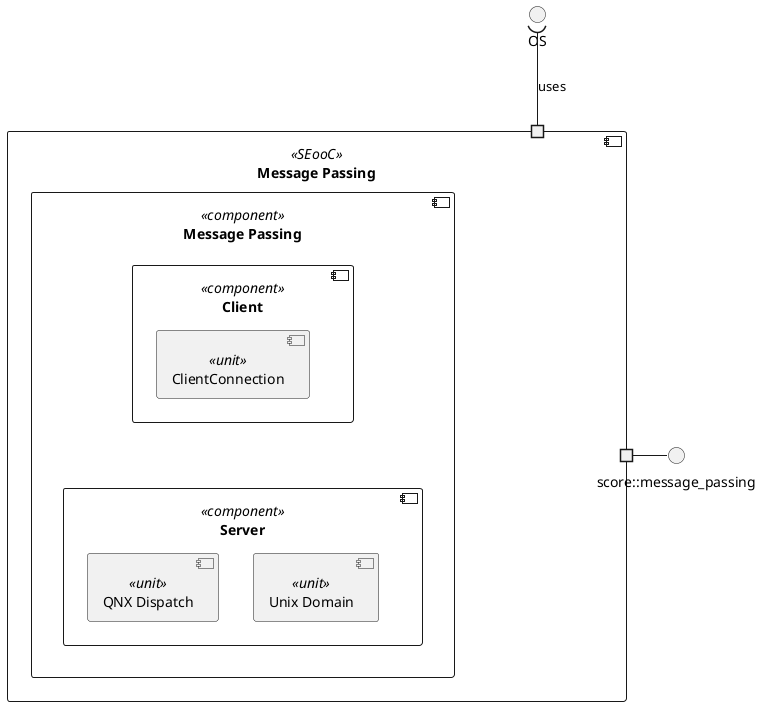
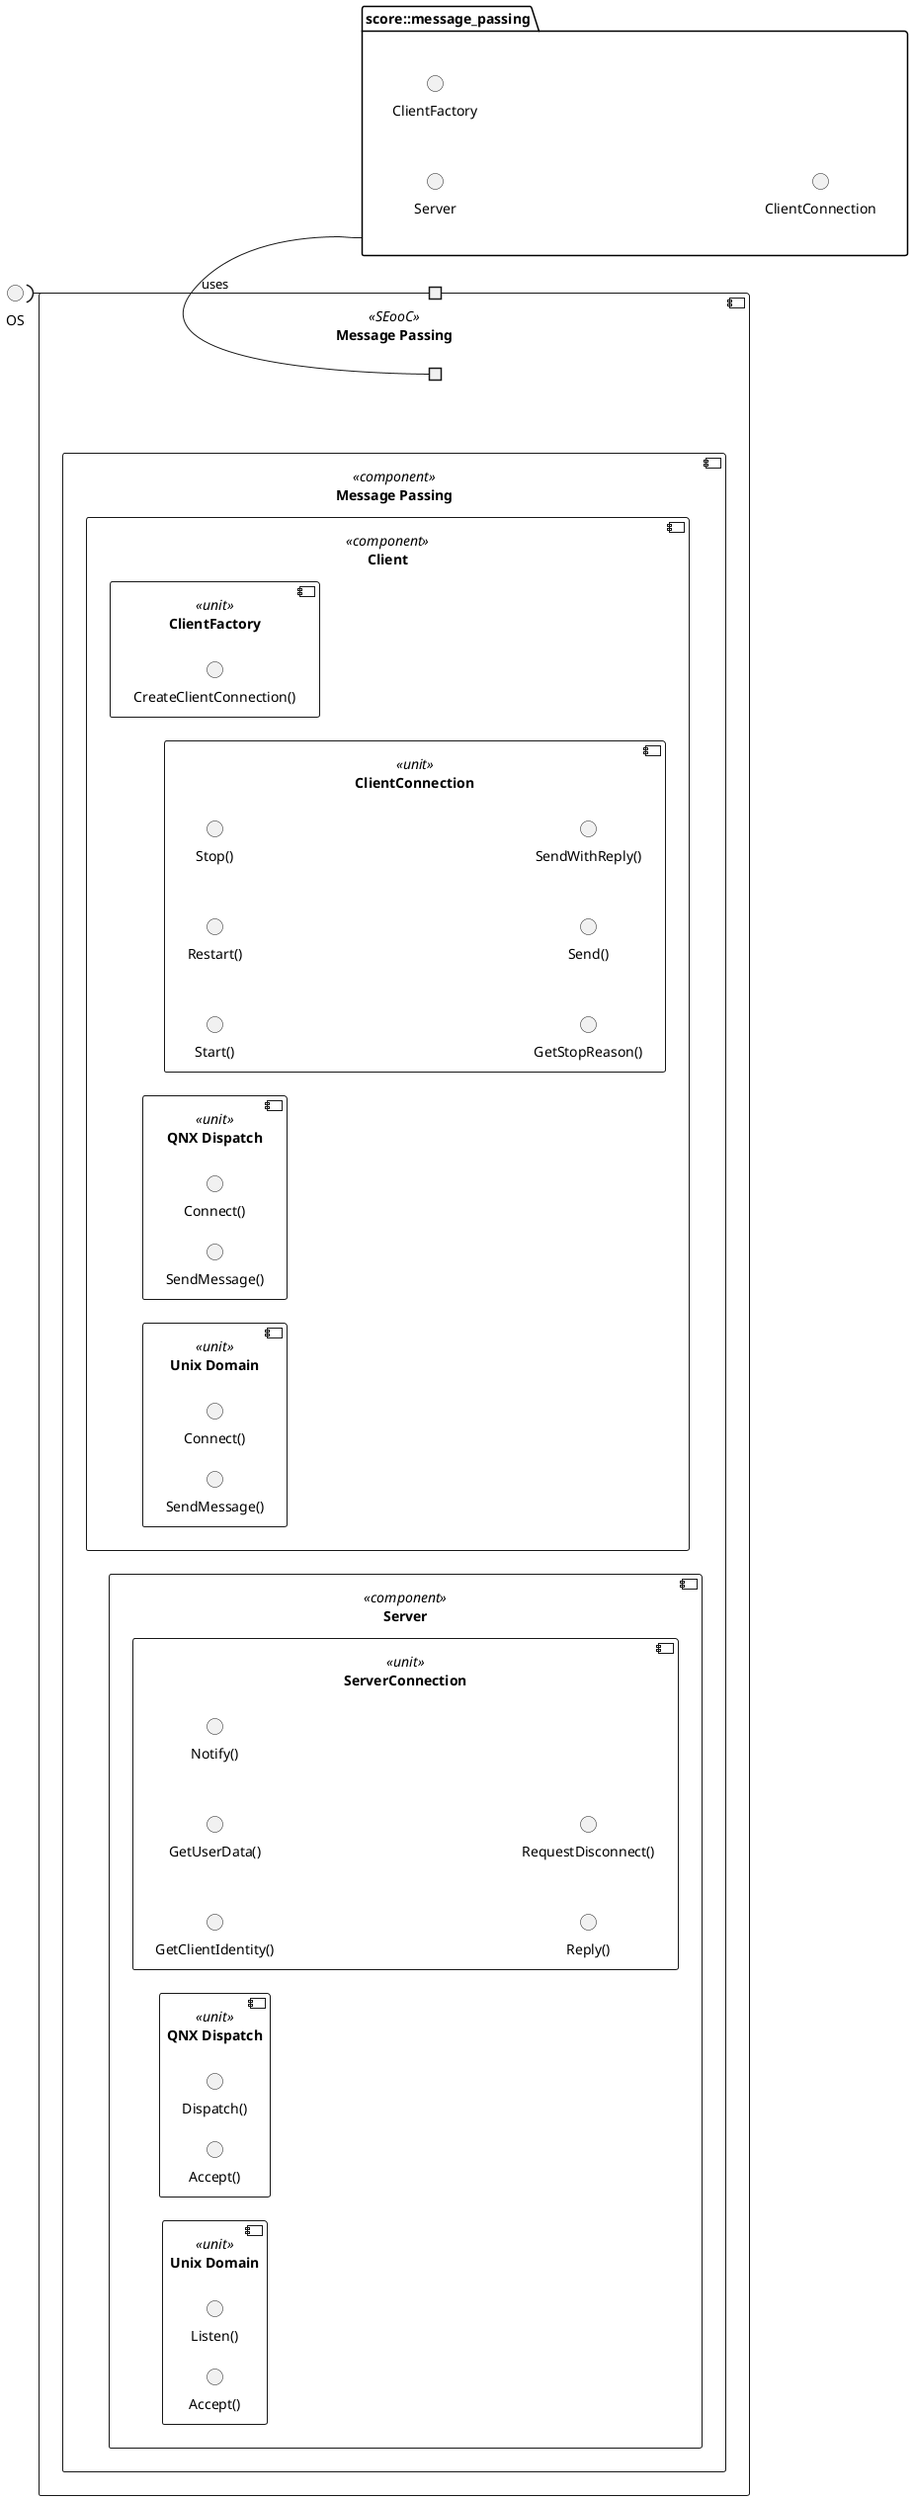
' *******************************************************************************
' Copyright (c) 2026 Contributors to the Eclipse Foundation
'
' See the NOTICE file(s) distributed with this work for additional
' information regarding copyright ownership.
'
' This program and the accompanying materials are made available under the
' terms of the Apache License Version 2.0 which is available at
' https://www.apache.org/licenses/LICENSE-2.0
'
' SPDX-License-Identifier: Apache-2.0
' *******************************************************************************

@startuml

- interface "score::message_passing" as message_passing_public_api
+ left to right direction
+ 
+ package "score::message_passing" as message_passing_public_api {
+     interface "Server" as api_server
+     interface "ClientFactory" as api_client_factory
+     interface "ClientConnection" as api_client_connection
+ }
+ 
interface "OS" as os

component "Message Passing" as dependable_element_message_passing <<SEooC>> {

    component "Message Passing" as component_message_passing <<component>> {

        component "Client" as client <<component>> {
+             component "ClientFactory" as client_factory <<unit>> {
+                 interface "CreateClientConnection()" as if_create_conn
+             }
            component "ClientConnection" as client_connection <<unit>> {
+                 interface "Start()" as if_start
+                 interface "Restart()" as if_restart
+                 interface "Stop()" as if_stop
+                 interface "GetStopReason()" as if_get_stop_reason
+                 interface "Send()" as if_send
+                 interface "SendWithReply()" as if_send_with_reply
+             }
+             component "QNX Dispatch" as client_qnx_dispatch <<unit>> {
+                 interface "Connect()" as if_client_qnx_connect
+                 interface "SendMessage()" as if_client_qnx_send
+             }
+             component "Unix Domain" as client_unix_domain <<unit>> {
+                 interface "Connect()" as if_client_unix_connect
+                 interface "SendMessage()" as if_client_unix_send
            }
        }

        component "Server" as server <<component>> {
+             component "ServerConnection" as server_connection <<unit>> {
+                 interface "GetClientIdentity()" as if_get_client_identity
+                 interface "GetUserData()" as if_get_user_data
+                 interface "Notify()" as if_notify
+                 interface "Reply()" as if_reply
+                 interface "RequestDisconnect()" as if_request_disconnect
+             }
            component "QNX Dispatch" as qnx_dispatch <<unit>> {
+                 interface "Dispatch()" as if_server_qnx_dispatch
+                 interface "Accept()" as if_server_qnx_accept
            }
            component "Unix Domain" as unix_domain <<unit>> {
+                 interface "Listen()" as if_server_unix_listen
+                 interface "Accept()" as if_server_unix_accept
            }
        }
    }
    portout " " as message_passing_public_api_port
-     portin " " as port_os
+     portout " " as port_os
}

- message_passing_public_api -l-() message_passing_public_api_port
+ message_passing_public_api -r-() message_passing_public_api_port
port_os -u-( os : uses

- ' ------------------------ Formatting -------------------
- 
- client -[hidden]down- server
- client_connection -[hidden]right- qnx_dispatch
- qnx_dispatch -[hidden]right- unix_domain
- 
@enduml
- 
- x
- x
